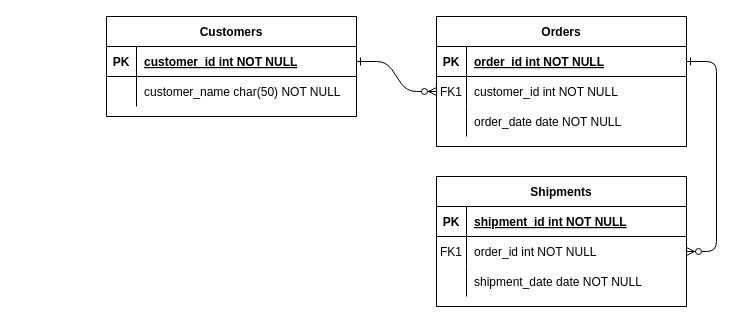
Earlier version of the draw.io diagram 테이블다이어그램.drawio (NohKeun/kakao). Source tidied: cells renumbered, new cells numbered last; positions are measured from the earlier drawing's top-left corner, leaving out a move shared by most shapes. Both pictures are drawn from the tidied source at 100%, with x=0, y=0 at pixel (106, 16).
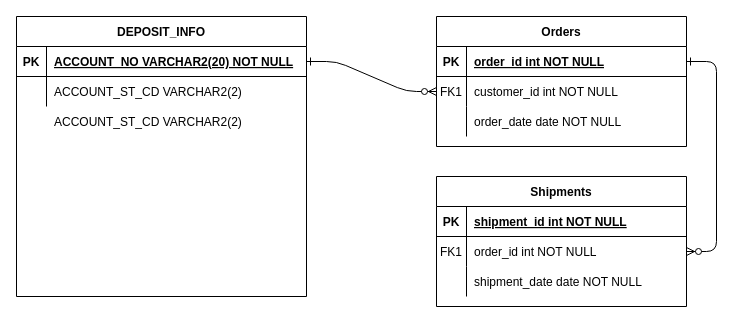
After the change.

Commit message:
테이블다이어그램.drawio 업데이트

The edit, as a diff of the source:
```diff
@@
-    <mxCell id="24" value="Customers" style="shape=table;startSize=30;childLayout=tableLayout;rowLines=0;fontStyle=1;align=center;" parent="1" vertex="1">
-      <mxGeometry width="250" height="100" as="geometry" />
+    <mxCell id="24" value="DEPOSIT_INFO" style="shape=table;startSize=30;childLayout=tableLayout;rowLines=0;fontStyle=1;align=center;" parent="1" vertex="1">
+      <mxGeometry x="-90" width="290" height="280" as="geometry" />
     </mxCell>
     <mxCell id="25" style="shape=partialRectangle;fillColor=none;points=[[0,0.5],[1,0.5]];portConstraint=eastwest;top=0;left=0;right=0;bottom=1;" parent="24" vertex="1">
-      <mxGeometry y="30" width="250" height="30" as="geometry" />
+      <mxGeometry y="30" width="290" height="30" as="geometry" />
     </mxCell>
@@
-    <mxCell id="27" value="customer_id int NOT NULL " style="shape=partialRectangle;overflow=hidden;fillColor=none;top=0;left=0;bottom=0;right=0;align=left;spacingLeft=6;fontStyle=5;" parent="25" vertex="1">
-      <mxGeometry x="30" width="220" height="30" as="geometry" />
+    <mxCell id="27" value="ACCOUNT_NO VARCHAR2(20) NOT NULL " style="shape=partialRectangle;overflow=hidden;fillColor=none;top=0;left=0;bottom=0;right=0;align=left;spacingLeft=6;fontStyle=5;" parent="25" vertex="1">
+      <mxGeometry x="30" width="260" height="30" as="geometry" />
     </mxCell>
     <mxCell id="28" style="shape=partialRectangle;fillColor=none;top=0;left=0;right=0;bottom=0;" parent="24" vertex="1">
-      <mxGeometry y="60" width="250" height="30" as="geometry" />
+      <mxGeometry y="60" width="290" height="30" as="geometry" />
     </mxCell>
@@
-    <mxCell id="30" value="customer_name char(50) NOT NULL" style="shape=partialRectangle;overflow=hidden;fillColor=none;top=0;left=0;bottom=0;right=0;align=left;spacingLeft=6;" parent="28" vertex="1">
-      <mxGeometry x="30" width="220" height="30" as="geometry" />
+    <mxCell id="30" value="ACCOUNT_ST_CD VARCHAR2(2)" style="shape=partialRectangle;overflow=hidden;fillColor=none;top=0;left=0;bottom=0;right=0;align=left;spacingLeft=6;" parent="28" vertex="1">
+      <mxGeometry x="30" width="260" height="30" as="geometry" />
     </mxCell>
+    <mxCell id="31" style="shape=partialRectangle;fillColor=none;top=0;left=0;right=0;bottom=0;" parent="1" vertex="1">
+      <mxGeometry x="-90" y="90" width="290" height="30" as="geometry" />
+    </mxCell>
+    <mxCell id="32" style="shape=partialRectangle;overflow=hidden;fillColor=none;top=0;left=0;bottom=0;right=0;strokeColor=default;" parent="31" vertex="1">
+      <mxGeometry width="30" height="30" as="geometry" />
+    </mxCell>
+    <mxCell id="33" value="ACCOUNT_ST_CD VARCHAR2(2)" style="shape=partialRectangle;overflow=hidden;fillColor=none;top=0;left=0;bottom=0;right=0;align=left;spacingLeft=6;" parent="31" vertex="1">
+      <mxGeometry x="30" width="260" height="30" as="geometry" />
+    </mxCell>
```
